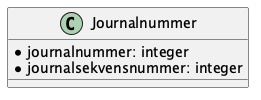
The PlantUML diagram Dokumentasjon/V1/ClassDiagrams/no.ks.fiks.saksfaser.v1.felles.journalnummer/classdiagram.png in ks-no/fiks-saksfaser-specification, before a commit.
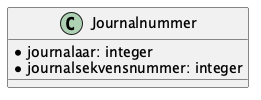
Above is the later version.

Change to the diagram source:
```diff
@@ -1,7 +1,7 @@
 @startuml
 
 class Journalnummer {
-    *journalnummer: integer
+    *journalaar: integer
     *journalsekvensnummer: integer
 }
 
```
